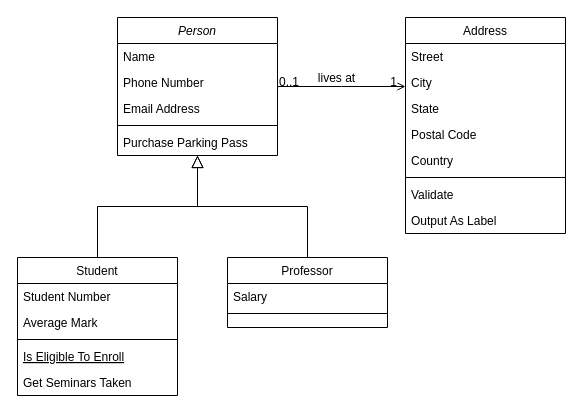
Before: database/drawdb/Untitled Diagram.drawio in nqv1710/elearning, a draw.io diagram. Source tidied: cells renumbered, new cells numbered last; positions are measured from the earlier drawing's top-left corner, leaving out a move shared by most shapes. Both pictures are drawn from the tidied source at 100%, with x=0, y=0 at pixel (17, 17).
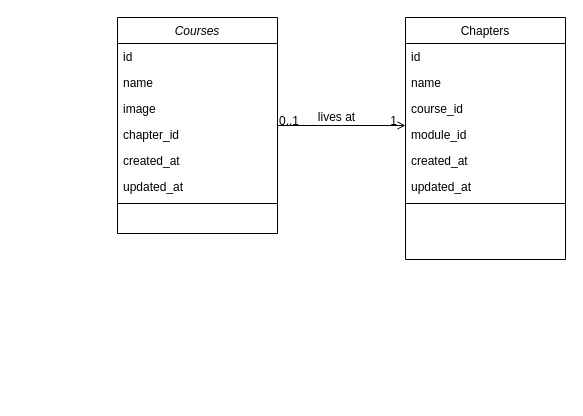
The same diagram, later.

What changed in the source:
```diff
@@
-    <mxCell id="2" value="Person" style="swimlane;fontStyle=2;align=center;verticalAlign=top;horizontal=1;startSize=26;rounded=0;shadow=0;strokeWidth=1;" parent="1" vertex="1">
-      <mxGeometry x="100" width="160" height="138" as="geometry" />
+    <mxCell id="2" value="Courses&#10;" style="swimlane;fontStyle=2;align=center;verticalAlign=top;horizontal=1;startSize=26;rounded=0;shadow=0;strokeWidth=1;" parent="1" vertex="1">
+      <mxGeometry x="100" width="160" height="216" as="geometry" />
     </mxCell>
-    <mxCell id="3" value="Name" style="text;align=left;verticalAlign=top;spacingLeft=4;spacingRight=4;overflow=hidden;" parent="2" vertex="1">
+    <mxCell id="3" value="id&#10;" style="text;align=left;verticalAlign=top;spacingLeft=4;spacingRight=4;overflow=hidden;" parent="2" vertex="1">
       <mxGeometry y="26" width="160" height="26" as="geometry" />
     </mxCell>
-    <mxCell id="4" value="Phone Number" style="text;align=left;verticalAlign=top;spacingLeft=4;spacingRight=4;overflow=hidden;rounded=0;shadow=0;html=0;" parent="2" vertex="1">
+    <mxCell id="4" value="name" style="text;align=left;verticalAlign=top;spacingLeft=4;spacingRight=4;overflow=hidden;rounded=0;shadow=0;html=0;" parent="2" vertex="1">
       <mxGeometry y="52" width="160" height="26" as="geometry" />
     </mxCell>
+    <mxCell id="32" value="image" style="text;align=left;verticalAlign=top;spacingLeft=4;spacingRight=4;overflow=hidden;rounded=0;shadow=0;html=0;" parent="2" vertex="1">
+      <mxGeometry y="78" width="160" height="26" as="geometry" />
+    </mxCell>
+    <mxCell id="33" value="chapter_id&#10;" style="text;align=left;verticalAlign=top;spacingLeft=4;spacingRight=4;overflow=hidden;rounded=0;shadow=0;html=0;" parent="2" vertex="1">
+      <mxGeometry y="104" width="160" height="26" as="geometry" />
+    </mxCell>
+    <mxCell id="34" value="created_at" style="text;align=left;verticalAlign=top;spacingLeft=4;spacingRight=4;overflow=hidden;rounded=0;shadow=0;html=0;" parent="2" vertex="1">
+      <mxGeometry y="130" width="160" height="26" as="geometry" />
+    </mxCell>
-    <mxCell id="5" value="Email Address" style="text;align=left;verticalAlign=top;spacingLeft=4;spacingRight=4;overflow=hidden;rounded=0;shadow=0;html=0;" parent="2" vertex="1">
-      <mxGeometry y="78" width="160" height="26" as="geometry" />
+    <mxCell id="5" value="updated_at&#10;" style="text;align=left;verticalAlign=top;spacingLeft=4;spacingRight=4;overflow=hidden;rounded=0;shadow=0;html=0;" parent="2" vertex="1">
+      <mxGeometry y="156" width="160" height="26" as="geometry" />
     </mxCell>
     <mxCell id="6" style="line;html=1;strokeWidth=1;align=left;verticalAlign=middle;spacingTop=-1;spacingLeft=3;spacingRight=3;labelPosition=right;" parent="2" vertex="1">
-      <mxGeometry y="104" width="160" height="8" as="geometry" />
+      <mxGeometry y="182" width="160" height="8" as="geometry" />
     </mxCell>
-    <mxCell id="7" value="Purchase Parking Pass" style="text;align=left;verticalAlign=top;spacingLeft=4;spacingRight=4;overflow=hidden;" parent="2" vertex="1">
-      <mxGeometry y="112" width="160" height="26" as="geometry" />
-    </mxCell>
-    <mxCell id="8" value="Student" style="swimlane;fontStyle=0;align=center;verticalAlign=top;horizontal=1;startSize=26;rounded=0;shadow=0;strokeWidth=1;" parent="1" vertex="1">
-      <mxGeometry y="240" width="160" height="138" as="geometry" />
-    </mxCell>
-    <mxCell id="9" value="Student Number" style="text;align=left;verticalAlign=top;spacingLeft=4;spacingRight=4;overflow=hidden;" parent="8" vertex="1">
-      <mxGeometry y="26" width="160" height="26" as="geometry" />
-    </mxCell>
-    <mxCell id="10" value="Average Mark" style="text;align=left;verticalAlign=top;spacingLeft=4;spacingRight=4;overflow=hidden;rounded=0;shadow=0;html=0;" parent="8" vertex="1">
-      <mxGeometry y="52" width="160" height="26" as="geometry" />
-    </mxCell>
-    <mxCell id="11" style="line;html=1;strokeWidth=1;align=left;verticalAlign=middle;spacingTop=-1;spacingLeft=3;spacingRight=3;labelPosition=right;" parent="8" vertex="1">
-      <mxGeometry y="78" width="160" height="8" as="geometry" />
-    </mxCell>
-    <mxCell id="12" value="Is Eligible To Enroll" style="text;align=left;verticalAlign=top;spacingLeft=4;spacingRight=4;overflow=hidden;fontStyle=4;" parent="8" vertex="1">
-      <mxGeometry y="86" width="160" height="26" as="geometry" />
-    </mxCell>
-    <mxCell id="13" value="Get Seminars Taken" style="text;align=left;verticalAlign=top;spacingLeft=4;spacingRight=4;overflow=hidden;" parent="8" vertex="1">
-      <mxGeometry y="112" width="160" height="26" as="geometry" />
-    </mxCell>
-    <mxCell id="14" style="endArrow=block;endSize=10;endFill=0;shadow=0;strokeWidth=1;rounded=0;edgeStyle=elbowEdgeStyle;elbow=vertical;" parent="1" edge="1" source="8" target="2">
-      <mxGeometry relative="1" as="geometry" />
-    </mxCell>
-    <mxCell id="15" value="Professor" style="swimlane;fontStyle=0;align=center;verticalAlign=top;horizontal=1;startSize=26;rounded=0;shadow=0;strokeWidth=1;" parent="1" vertex="1">
-      <mxGeometry x="210" y="240" width="160" height="70" as="geometry" />
-    </mxCell>
-    <mxCell id="16" value="Salary" style="text;align=left;verticalAlign=top;spacingLeft=4;spacingRight=4;overflow=hidden;" parent="15" vertex="1">
-      <mxGeometry y="26" width="160" height="26" as="geometry" />
-    </mxCell>
-    <mxCell id="17" style="line;html=1;strokeWidth=1;align=left;verticalAlign=middle;spacingTop=-1;spacingLeft=3;spacingRight=3;labelPosition=right;" parent="15" vertex="1">
-      <mxGeometry y="52" width="160" height="8" as="geometry" />
-    </mxCell>
-    <mxCell id="18" style="endArrow=block;endSize=10;endFill=0;shadow=0;strokeWidth=1;rounded=0;edgeStyle=elbowEdgeStyle;elbow=vertical;" parent="1" edge="1" source="15" target="2">
-      <mxGeometry relative="1" as="geometry" />
-    </mxCell>
-    <mxCell id="19" value="Address" style="swimlane;fontStyle=0;align=center;verticalAlign=top;horizontal=1;startSize=26;rounded=0;shadow=0;strokeWidth=1;" parent="1" vertex="1">
-      <mxGeometry x="388" width="160" height="216" as="geometry" />
+    <mxCell id="19" value="Chapters" style="swimlane;fontStyle=0;align=center;verticalAlign=top;horizontal=1;startSize=26;rounded=0;shadow=0;strokeWidth=1;" parent="1" vertex="1">
+      <mxGeometry x="388" width="160" height="242" as="geometry" />
     </mxCell>
-    <mxCell id="20" value="Street" style="text;align=left;verticalAlign=top;spacingLeft=4;spacingRight=4;overflow=hidden;" parent="19" vertex="1">
+    <mxCell id="20" value="id&#10;" style="text;align=left;verticalAlign=top;spacingLeft=4;spacingRight=4;overflow=hidden;" parent="19" vertex="1">
       <mxGeometry y="26" width="160" height="26" as="geometry" />
     </mxCell>
-    <mxCell id="21" value="City" style="text;align=left;verticalAlign=top;spacingLeft=4;spacingRight=4;overflow=hidden;rounded=0;shadow=0;html=0;" parent="19" vertex="1">
+    <mxCell id="21" value="name" style="text;align=left;verticalAlign=top;spacingLeft=4;spacingRight=4;overflow=hidden;rounded=0;shadow=0;html=0;" parent="19" vertex="1">
       <mxGeometry y="52" width="160" height="26" as="geometry" />
     </mxCell>
-    <mxCell id="22" value="State" style="text;align=left;verticalAlign=top;spacingLeft=4;spacingRight=4;overflow=hidden;rounded=0;shadow=0;html=0;" parent="19" vertex="1">
+    <mxCell id="22" value="course_id" style="text;align=left;verticalAlign=top;spacingLeft=4;spacingRight=4;overflow=hidden;rounded=0;shadow=0;html=0;" parent="19" vertex="1">
       <mxGeometry y="78" width="160" height="26" as="geometry" />
     </mxCell>
-    <mxCell id="23" value="Postal Code" style="text;align=left;verticalAlign=top;spacingLeft=4;spacingRight=4;overflow=hidden;rounded=0;shadow=0;html=0;" parent="19" vertex="1">
+    <mxCell id="23" value="module_id" style="text;align=left;verticalAlign=top;spacingLeft=4;spacingRight=4;overflow=hidden;rounded=0;shadow=0;html=0;" parent="19" vertex="1">
       <mxGeometry y="104" width="160" height="26" as="geometry" />
     </mxCell>
+    <mxCell id="35" value="created_at" style="text;align=left;verticalAlign=top;spacingLeft=4;spacingRight=4;overflow=hidden;rounded=0;shadow=0;html=0;" parent="19" vertex="1">
+      <mxGeometry y="130" width="160" height="26" as="geometry" />
+    </mxCell>
-    <mxCell id="24" value="Country" style="text;align=left;verticalAlign=top;spacingLeft=4;spacingRight=4;overflow=hidden;rounded=0;shadow=0;html=0;" parent="19" vertex="1">
-      <mxGeometry y="130" width="160" height="26" as="geometry" />
+    <mxCell id="24" value="updated_at" style="text;align=left;verticalAlign=top;spacingLeft=4;spacingRight=4;overflow=hidden;rounded=0;shadow=0;html=0;" parent="19" vertex="1">
+      <mxGeometry y="156" width="160" height="26" as="geometry" />
     </mxCell>
     <mxCell id="25" style="line;html=1;strokeWidth=1;align=left;verticalAlign=middle;spacingTop=-1;spacingLeft=3;spacingRight=3;labelPosition=right;" parent="19" vertex="1">
-      <mxGeometry y="156" width="160" height="8" as="geometry" />
+      <mxGeometry y="182" width="160" height="8" as="geometry" />
     </mxCell>
-    <mxCell id="26" value="Validate" style="text;align=left;verticalAlign=top;spacingLeft=4;spacingRight=4;overflow=hidden;" parent="19" vertex="1">
-      <mxGeometry y="164" width="160" height="26" as="geometry" />
-    </mxCell>
-    <mxCell id="27" value="Output As Label" style="text;align=left;verticalAlign=top;spacingLeft=4;spacingRight=4;overflow=hidden;" parent="19" vertex="1">
-      <mxGeometry y="190" width="160" height="26" as="geometry" />
-    </mxCell>
```
